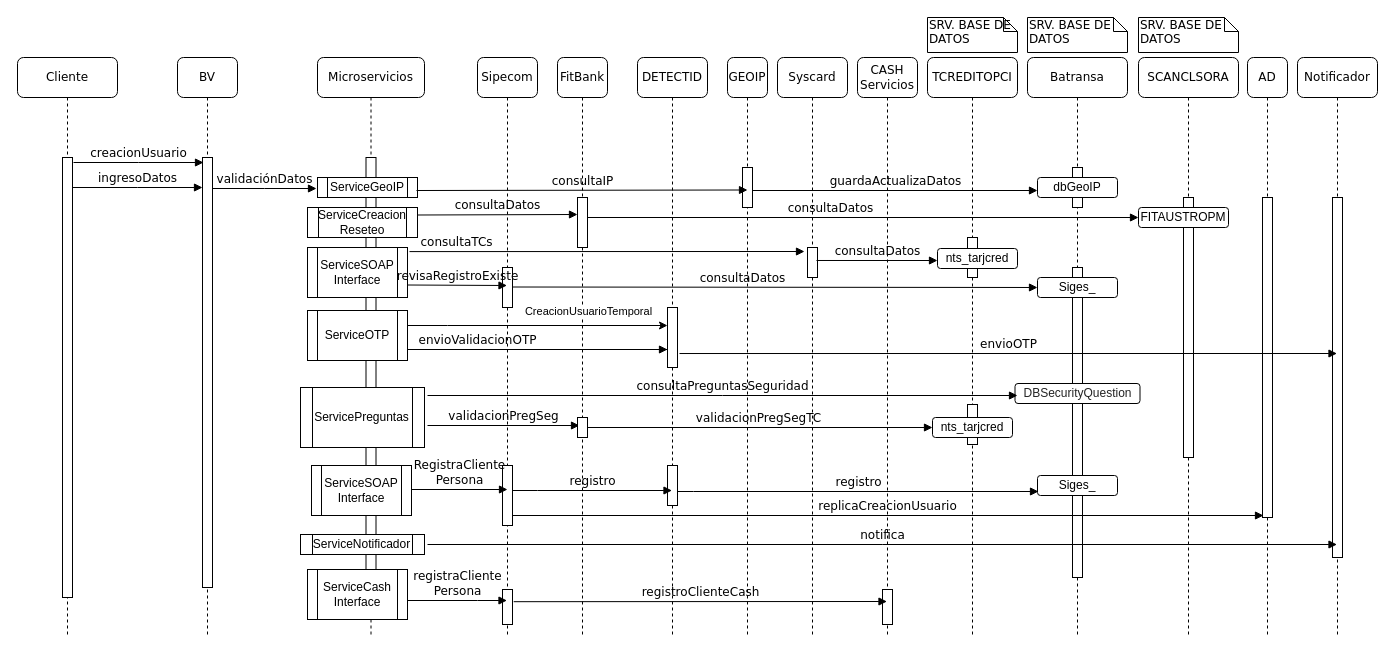
Above: page "DiagramaSeqCreacion - FIT NTS" (3 of 12) of CreateUsrBVDiagram.drawio in davidguillermofg/Diagrams (draw.io), before the change. Source tidied: cells renumbered, new cells numbered last; positions are measured from the earlier drawing's top-left corner, leaving out a move shared by most shapes. Both pictures are drawn from the tidied source at 100%, with x=0, y=0 at pixel (17, 17).
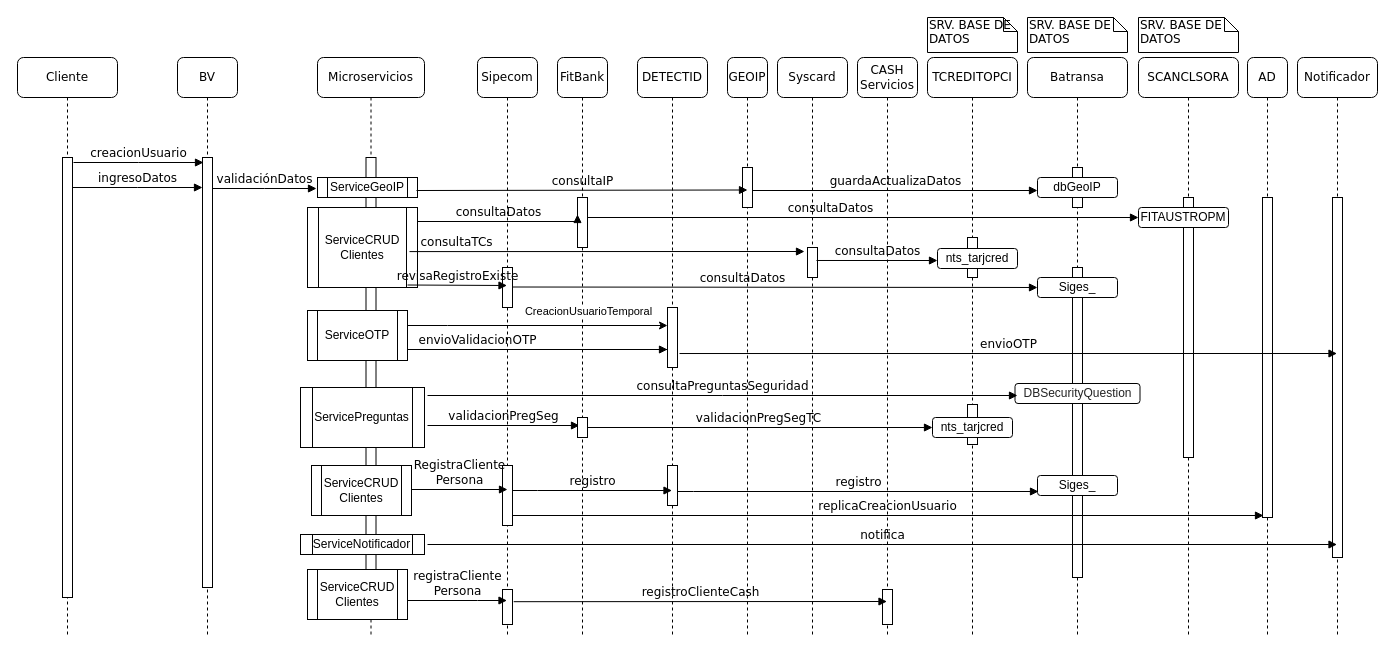
The same diagram, later.

The change refers to these unchanged cells:
```xml
<mxCell id="4" value="Microservicios" style="shape=umlLifeline;perimeter=lifelinePerimeter;whiteSpace=wrap;html=1;rounded=1;shadow=0;comic=0;labelBackgroundColor=none;strokeWidth=1;fontFamily=Verdana;fontSize=12;align=center;" parent="1" vertex="1">
  <mxGeometry x="300" y="40" width="107" height="580" as="geometry" />
</mxCell>
```

Change to the diagram source:
```diff
@@
-    <mxCell id="6" value="ServiceCreacion&lt;br&gt;Reseteo" style="shape=process;whiteSpace=wrap;html=1;backgroundOutline=1;" parent="4" vertex="1">
-      <mxGeometry x="-10" y="150" width="110" height="30" as="geometry" />
+    <mxCell id="6" value="ServiceCRUD&lt;br&gt;Clientes" style="shape=process;whiteSpace=wrap;html=1;backgroundOutline=1;" parent="4" vertex="1">
+      <mxGeometry x="-10" y="150" width="110" height="80" as="geometry" />
     </mxCell>
@@
-    <mxCell id="8" value="ServiceSOAP&lt;br&gt;Interface" style="shape=process;whiteSpace=wrap;html=1;backgroundOutline=1;" parent="4" vertex="1">
-      <mxGeometry x="-10" y="190" width="100" height="50" as="geometry" />
-    </mxCell>
@@
     <mxCell id="49" value="consultaTCs" style="html=1;verticalAlign=bottom;endArrow=block;labelBackgroundColor=none;fontFamily=Verdana;fontSize=12;edgeStyle=elbowEdgeStyle;elbow=vertical;rounded=0;exitX=1;exitY=0.129;exitDx=0;exitDy=0;exitPerimeter=0;" parent="1" edge="1">
       <mxGeometry x="-0.76" relative="1" as="geometry">
         <mxPoint x="392" y="234.1" as="sourcePoint" />
         <mxPoint x="787" y="234" as="targetPoint" />
-        <Array as="points">
-          <mxPoint x="355" y="234" />
-        </Array>
       </mxGeometry>
     </mxCell>
@@
-    <mxCell id="63" value="ServiceCash&lt;br&gt;Interface" style="shape=process;whiteSpace=wrap;html=1;backgroundOutline=1;" parent="1" vertex="1">
+    <mxCell id="63" value="ServiceCRUD&lt;br&gt;Clientes" style="shape=process;whiteSpace=wrap;html=1;backgroundOutline=1;" parent="1" vertex="1">
       <mxGeometry x="290" y="552" width="100" height="50" as="geometry" />
     </mxCell>
@@
-    <mxCell id="70" value="ServiceSOAP&lt;br&gt;Interface" style="shape=process;whiteSpace=wrap;html=1;backgroundOutline=1;" parent="1" vertex="1">
+    <mxCell id="70" value="ServiceCRUD&lt;br&gt;Clientes" style="shape=process;whiteSpace=wrap;html=1;backgroundOutline=1;" parent="1" vertex="1">
       <mxGeometry x="294" y="448" width="100" height="50" as="geometry" />
     </mxCell>
```
